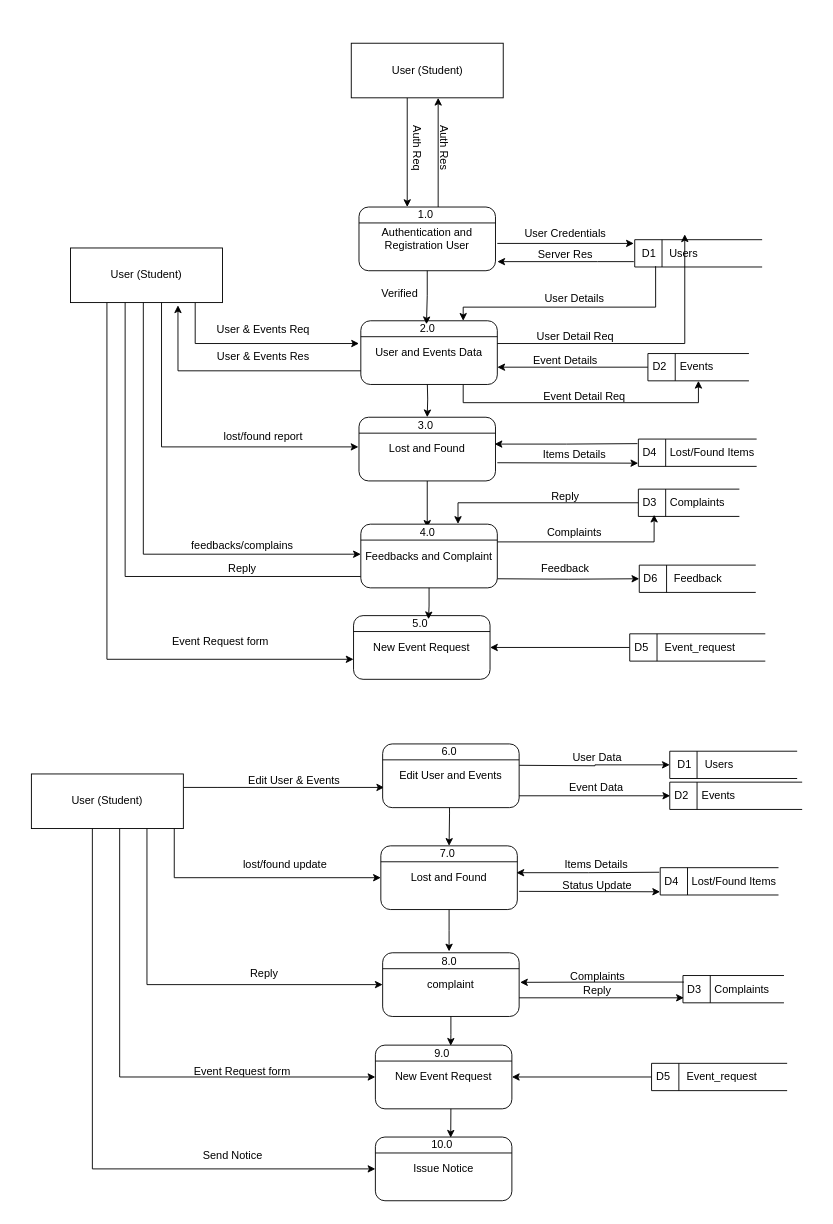
The draw.io diagram Documentation and Presentation/EventFinder_DFD1.drawio in Bhavishek01/eventFinder, before the edit. Source tidied: cells renumbered, new cells numbered last; positions are measured from the earlier drawing's top-left corner, leaving out a move shared by most shapes. Both pictures are drawn from the tidied source at 91%, with x=0, y=0 at pixel (31, 43).
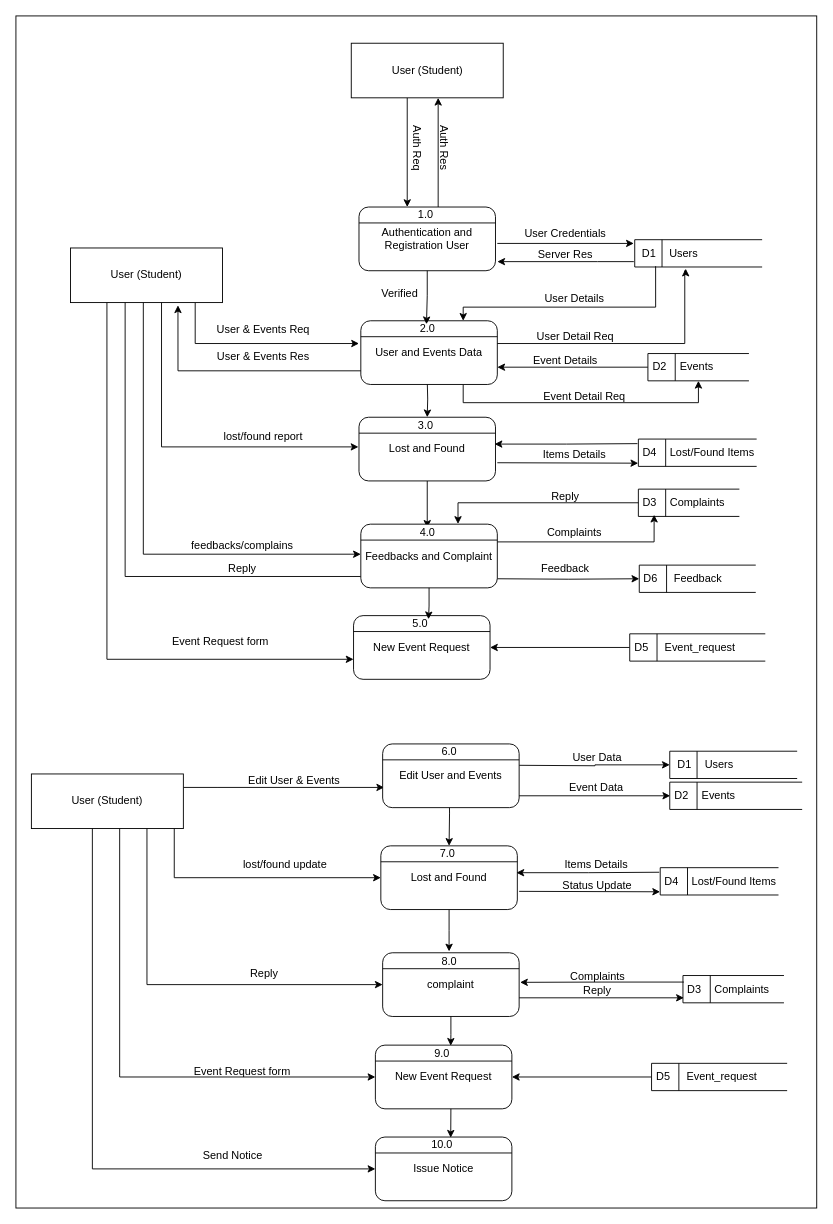
After the change.

Unchanged cells that the change refers to:
```xml
<mxCell id="21" value="User and Events Data" style="html=1;dashed=0;whiteSpace=wrap;rounded=1;" parent="1" vertex="1">
  <mxGeometry x="362" y="305" width="150" height="70" as="geometry" />
</mxCell>
<mxCell id="33" value="&amp;nbsp;D1&lt;span style=&quot;white-space: pre;&quot;&gt;&#9;&lt;/span&gt;&amp;nbsp; Users" style="html=1;dashed=0;whiteSpace=wrap;shape=mxgraph.dfd.dataStoreID;align=left;spacingLeft=3;points=[[0,0],[0.5,0],[1,0],[0,0.5],[1,0.5],[0,1],[0.5,1],[1,1]];" parent="1" vertex="1">
  <mxGeometry x="663" y="215.9" width="140" height="30" as="geometry" />
</mxCell>
```

Change to the diagram source:
```diff
@@
+    <mxCell id="116" style="rounded=0;whiteSpace=wrap;html=1;" parent="1" vertex="1">
+      <mxGeometry x="-17" y="-30" width="880" height="1310" as="geometry" />
+    </mxCell>
@@
-    <mxCell id="58" style="edgeStyle=orthogonalEdgeStyle;rounded=0;jettySize=auto;html=1;" parent="1" edge="1" source="21">
+    <mxCell id="58" style="edgeStyle=orthogonalEdgeStyle;rounded=0;jettySize=auto;html=1;entryX=0.4;entryY=1.061;entryDx=0;entryDy=0;entryPerimeter=0;" parent="1" edge="1" source="21" target="33">
       <mxGeometry relative="1" as="geometry">
-        <mxPoint x="718" y="210" as="targetPoint" />
         <Array as="points">
           <mxPoint x="718" y="330" />
+          <mxPoint x="718" y="250" />
+          <mxPoint x="719" y="250" />
         </Array>
       </mxGeometry>
     </mxCell>
```
